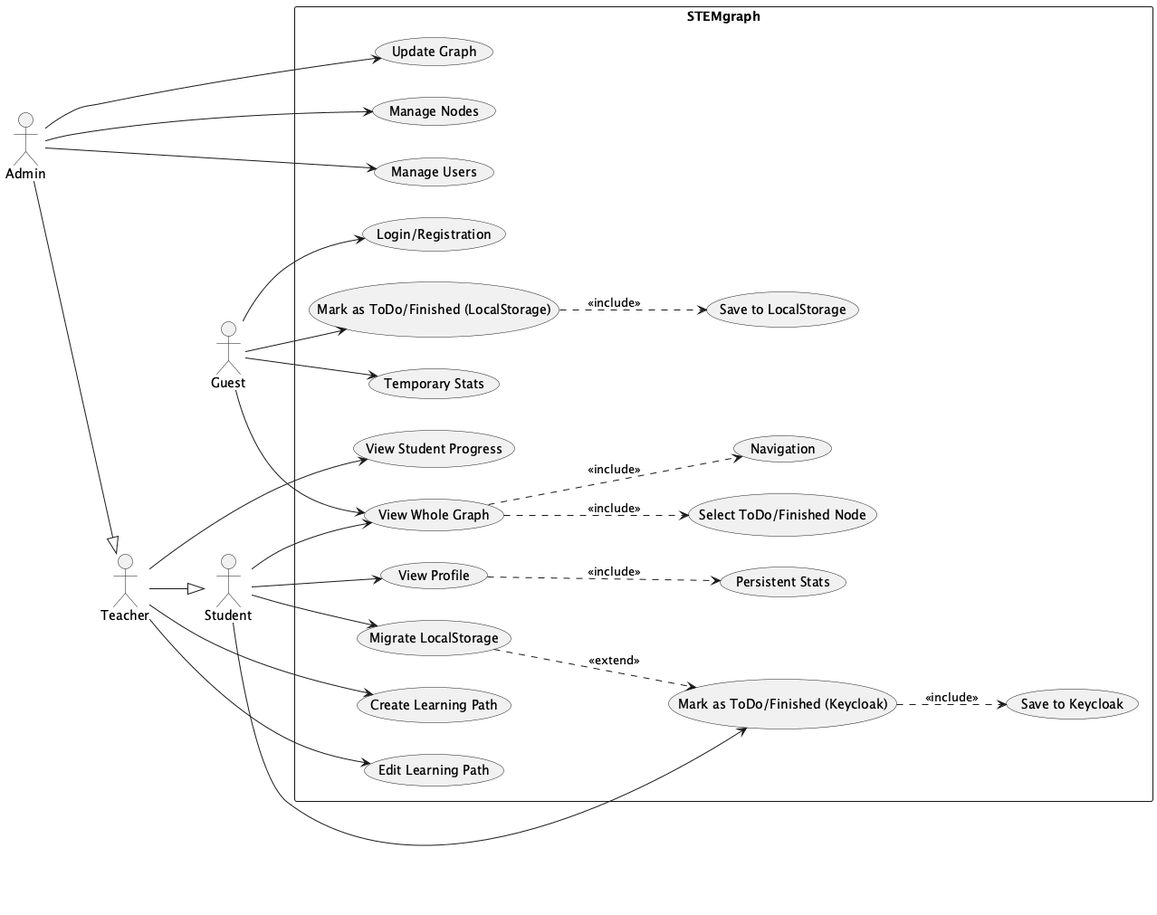
Before: Use-Case.png, a diagram exported from PlantUML (STEMgraph/STEMgraph-Web). Its diagram source:
```plantuml
@startuml
left to right direction

actor Guest
actor Student
actor Teacher
actor Admin

Teacher --|> Student
Admin --|> Teacher

rectangle STEMgraph {
  usecase "Login/Registration" as Login
  usecase "View Whole Graph" as ViewGraph
  usecase "Select ToDo/Finished Node" as SelectNode
  usecase "Navigation" as Navigate

  usecase "Mark as ToDo/Finished (LocalStorage)" as MarkTemp
  usecase "Save to LocalStorage" as SaveLocal
  usecase "Temporary Stats" as StatsTemp

  usecase "Mark as ToDo/Finished (Keycloak)" as MarkPers
  usecase "Save to Keycloak" as SaveKeycloak
  usecase "View Profile" as ViewProfile
  usecase "Persistent Stats" as StatsPers
  usecase "Migrate LocalStorage" as Migrate

  usecase "Create Learning Path" as CreatePath
  usecase "Edit Learning Path" as EditPath
  usecase "View Student Progress" as ViewStudentProgress

  usecase "Update Graph" as UpdateGraph
  usecase "Manage Nodes" as ManageNodes
  usecase "Manage Users" as ManageUsers

  ViewGraph ..> Navigate : <<include>>
  ViewGraph ..> SelectNode : <<include>>
  MarkTemp ..> SaveLocal : <<include>>
  MarkPers ..> SaveKeycloak : <<include>>
  ViewProfile ..> StatsPers : <<include>>

  Migrate ..> MarkPers : <<extend>>
}

Guest --> Login
Guest --> ViewGraph
Guest --> MarkTemp
Guest --> StatsTemp

Student --> ViewGraph
Student --> MarkPers
Student --> ViewProfile
Student --> Migrate

Teacher --> CreatePath
Teacher --> EditPath
Teacher --> ViewStudentProgress

Admin --> UpdateGraph
Admin --> ManageNodes
Admin --> ManageUsers

@enduml
```
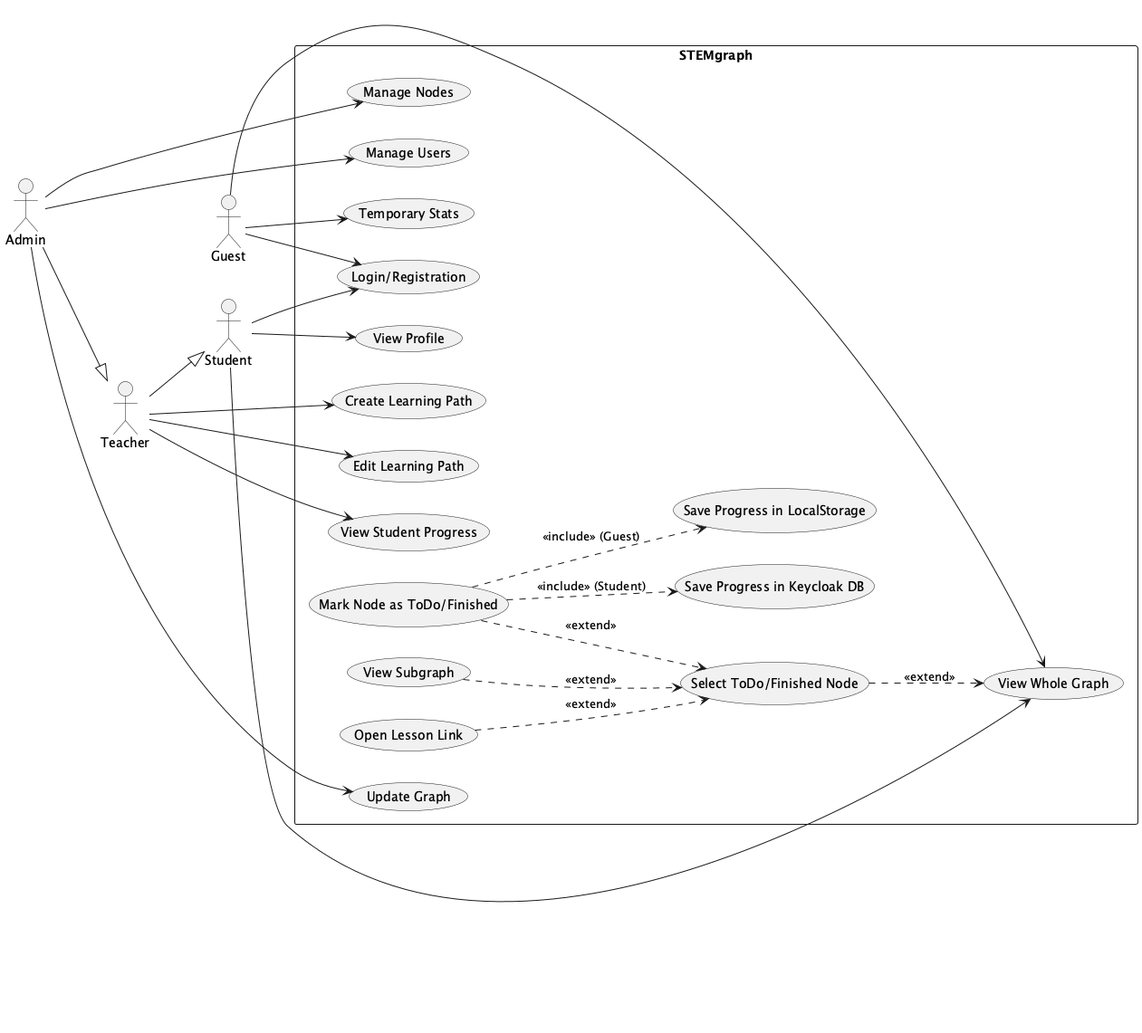
The same diagram one commit later.

Commit message:
Use-Case fixed

The edit, as a diff of the source:
```diff
@@ -10,20 +10,19 @@
 Admin --|> Teacher
 
 rectangle STEMgraph {
+
   usecase "Login/Registration" as Login
   usecase "View Whole Graph" as ViewGraph
   usecase "Select ToDo/Finished Node" as SelectNode
-  usecase "Navigation" as Navigate
+  usecase "Open Lesson Link" as OpenLesson
+  usecase "View Subgraph" as ViewSub
+  usecase "Mark Node as ToDo/Finished" as MarkNode
 
-  usecase "Mark as ToDo/Finished (LocalStorage)" as MarkTemp
-  usecase "Save to LocalStorage" as SaveLocal
+  usecase "Save Progress in LocalStorage" as SaveLocal
+  usecase "Save Progress in Keycloak DB" as SaveKeycloak
+
   usecase "Temporary Stats" as StatsTemp
-
-  usecase "Mark as ToDo/Finished (Keycloak)" as MarkPers
-  usecase "Save to Keycloak" as SaveKeycloak
   usecase "View Profile" as ViewProfile
-  usecase "Persistent Stats" as StatsPers
-  usecase "Migrate LocalStorage" as Migrate
 
   usecase "Create Learning Path" as CreatePath
   usecase "Edit Learning Path" as EditPath
@@ -33,24 +32,23 @@
   usecase "Manage Nodes" as ManageNodes
   usecase "Manage Users" as ManageUsers
 
-  ViewGraph ..> Navigate : <<include>>
-  ViewGraph ..> SelectNode : <<include>>
-  MarkTemp ..> SaveLocal : <<include>>
-  MarkPers ..> SaveKeycloak : <<include>>
-  ViewProfile ..> StatsPers : <<include>>
 
-  Migrate ..> MarkPers : <<extend>>
+  SelectNode ..> ViewGraph     : <<extend>>
+  OpenLesson ..> SelectNode    : <<extend>>
+  ViewSub    ..> SelectNode    : <<extend>>
+  MarkNode   ..> SelectNode    : <<extend>>
+
+  MarkNode ..> SaveLocal       : <<include>> (Guest)
+  MarkNode ..> SaveKeycloak    : <<include>> (Student)
 }
 
 Guest --> Login
 Guest --> ViewGraph
-Guest --> MarkTemp
 Guest --> StatsTemp
 
+Student --> Login
 Student --> ViewGraph
-Student --> MarkPers
 Student --> ViewProfile
-Student --> Migrate
 
 Teacher --> CreatePath
 Teacher --> EditPath
```
